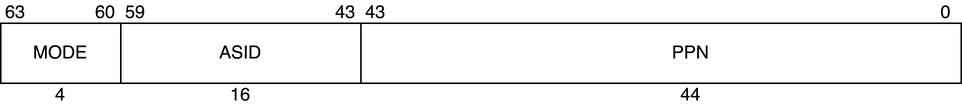
Earlier version of the draw.io export basic/images/24-impl-paging/satp.png (nananapo/veryl-riscv-book). Source tidied: cells renumbered, new cells last; positions are measured from the earlier drawing's top-left corner, leaving out a move shared by most shapes. Source of this version:
```xml
<mxGraphModel>
  <root>
    <mxCell id="0" />
    <mxCell id="1" parent="0" />
    <mxCell id="2" style="rounded=0;whiteSpace=wrap;html=1;" parent="1" vertex="1">
      <mxGeometry y="15" width="640" height="40" as="geometry" />
    </mxCell>
    <mxCell id="3" value="0" style="text;html=1;align=center;verticalAlign=middle;whiteSpace=wrap;rounded=0;" parent="1" vertex="1">
      <mxGeometry x="620" width="20" height="15" as="geometry" />
    </mxCell>
    <mxCell id="4" value="63" style="text;html=1;align=center;verticalAlign=middle;whiteSpace=wrap;rounded=0;" parent="1" vertex="1">
      <mxGeometry width="20" height="15" as="geometry" />
    </mxCell>
    <mxCell id="5" value="4" style="text;html=1;align=center;verticalAlign=middle;whiteSpace=wrap;rounded=0;" parent="1" vertex="1">
      <mxGeometry x="30" y="55" width="20" height="15" as="geometry" />
    </mxCell>
    <mxCell id="6" style="endArrow=none;html=1;rounded=0;" parent="1" edge="1">
      <mxGeometry relative="1" as="geometry">
        <mxPoint x="240" y="55" as="sourcePoint" />
        <mxPoint x="240" y="15" as="targetPoint" />
      </mxGeometry>
    </mxCell>
    <mxCell id="7" value="43" style="text;html=1;align=center;verticalAlign=middle;whiteSpace=wrap;rounded=0;" parent="1" vertex="1">
      <mxGeometry x="240" width="20" height="15" as="geometry" />
    </mxCell>
    <mxCell id="8" value="60" style="text;html=1;align=center;verticalAlign=middle;whiteSpace=wrap;rounded=0;" parent="1" vertex="1">
      <mxGeometry x="60" width="20" height="15" as="geometry" />
    </mxCell>
    <mxCell id="9" value="PPN" style="text;html=1;align=center;verticalAlign=middle;whiteSpace=wrap;rounded=0;" parent="1" vertex="1">
      <mxGeometry x="450" y="27.5" width="20" height="15" as="geometry" />
    </mxCell>
    <mxCell id="10" style="endArrow=none;html=1;rounded=0;" parent="1" edge="1">
      <mxGeometry relative="1" as="geometry">
        <mxPoint x="80" y="55" as="sourcePoint" />
        <mxPoint x="80" y="15" as="targetPoint" />
      </mxGeometry>
    </mxCell>
    <mxCell id="11" value="ASID" style="text;html=1;align=center;verticalAlign=middle;whiteSpace=wrap;rounded=0;" parent="1" vertex="1">
      <mxGeometry x="150" y="27.5" width="20" height="15" as="geometry" />
    </mxCell>
    <mxCell id="12" value="MODE" style="text;html=1;align=center;verticalAlign=middle;whiteSpace=wrap;rounded=0;" parent="1" vertex="1">
      <mxGeometry x="30" y="27.5" width="20" height="15" as="geometry" />
    </mxCell>
    <mxCell id="13" value="44" style="text;html=1;align=center;verticalAlign=middle;whiteSpace=wrap;rounded=0;" parent="1" vertex="1">
      <mxGeometry x="450" y="55" width="20" height="15" as="geometry" />
    </mxCell>
    <mxCell id="14" value="16" style="text;html=1;align=center;verticalAlign=middle;whiteSpace=wrap;rounded=0;" parent="1" vertex="1">
      <mxGeometry x="150" y="55" width="20" height="15" as="geometry" />
    </mxCell>
    <mxCell id="15" value="59" style="text;html=1;align=center;verticalAlign=middle;whiteSpace=wrap;rounded=0;" parent="1" vertex="1">
      <mxGeometry x="80" width="20" height="15" as="geometry" />
    </mxCell>
    <mxCell id="16" value="43" style="text;html=1;align=center;verticalAlign=middle;whiteSpace=wrap;rounded=0;" parent="1" vertex="1">
      <mxGeometry x="220" width="20" height="15" as="geometry" />
    </mxCell>
  </root>
</mxGraphModel>
```
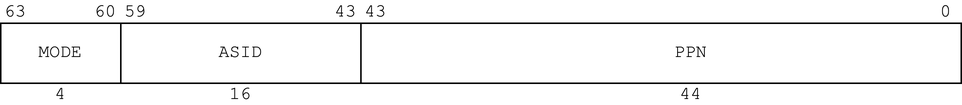
The same file after the commit.

Diff of the diagram source:
```diff
@@ -2,55 +2,55 @@
   <root>
     <mxCell id="0" />
     <mxCell id="1" parent="0" />
-    <mxCell id="2" style="rounded=0;whiteSpace=wrap;html=1;" parent="1" vertex="1">
+    <mxCell id="2" style="rounded=0;whiteSpace=wrap;html=1;fontFamily=Courier New;" parent="1" vertex="1">
       <mxGeometry y="15" width="640" height="40" as="geometry" />
     </mxCell>
-    <mxCell id="3" value="0" style="text;html=1;align=center;verticalAlign=middle;whiteSpace=wrap;rounded=0;" parent="1" vertex="1">
+    <mxCell id="3" value="0" style="text;html=1;align=center;verticalAlign=middle;whiteSpace=wrap;rounded=0;fontFamily=Courier New;" parent="1" vertex="1">
       <mxGeometry x="620" width="20" height="15" as="geometry" />
     </mxCell>
-    <mxCell id="4" value="63" style="text;html=1;align=center;verticalAlign=middle;whiteSpace=wrap;rounded=0;" parent="1" vertex="1">
+    <mxCell id="4" value="63" style="text;html=1;align=center;verticalAlign=middle;whiteSpace=wrap;rounded=0;fontFamily=Courier New;" parent="1" vertex="1">
       <mxGeometry width="20" height="15" as="geometry" />
     </mxCell>
-    <mxCell id="5" value="4" style="text;html=1;align=center;verticalAlign=middle;whiteSpace=wrap;rounded=0;" parent="1" vertex="1">
+    <mxCell id="5" value="4" style="text;html=1;align=center;verticalAlign=middle;whiteSpace=wrap;rounded=0;fontFamily=Courier New;" parent="1" vertex="1">
       <mxGeometry x="30" y="55" width="20" height="15" as="geometry" />
     </mxCell>
-    <mxCell id="6" style="endArrow=none;html=1;rounded=0;" parent="1" edge="1">
+    <mxCell id="6" style="endArrow=none;html=1;rounded=0;fontFamily=Courier New;" parent="1" edge="1">
       <mxGeometry relative="1" as="geometry">
         <mxPoint x="240" y="55" as="sourcePoint" />
         <mxPoint x="240" y="15" as="targetPoint" />
       </mxGeometry>
     </mxCell>
-    <mxCell id="7" value="43" style="text;html=1;align=center;verticalAlign=middle;whiteSpace=wrap;rounded=0;" parent="1" vertex="1">
+    <mxCell id="7" value="43" style="text;html=1;align=center;verticalAlign=middle;whiteSpace=wrap;rounded=0;fontFamily=Courier New;" parent="1" vertex="1">
       <mxGeometry x="240" width="20" height="15" as="geometry" />
     </mxCell>
-    <mxCell id="8" value="60" style="text;html=1;align=center;verticalAlign=middle;whiteSpace=wrap;rounded=0;" parent="1" vertex="1">
+    <mxCell id="8" value="60" style="text;html=1;align=center;verticalAlign=middle;whiteSpace=wrap;rounded=0;fontFamily=Courier New;" parent="1" vertex="1">
       <mxGeometry x="60" width="20" height="15" as="geometry" />
     </mxCell>
-    <mxCell id="9" value="PPN" style="text;html=1;align=center;verticalAlign=middle;whiteSpace=wrap;rounded=0;" parent="1" vertex="1">
+    <mxCell id="9" value="PPN" style="text;html=1;align=center;verticalAlign=middle;whiteSpace=wrap;rounded=0;fontFamily=Courier New;" parent="1" vertex="1">
       <mxGeometry x="450" y="27.5" width="20" height="15" as="geometry" />
     </mxCell>
-    <mxCell id="10" style="endArrow=none;html=1;rounded=0;" parent="1" edge="1">
+    <mxCell id="10" style="endArrow=none;html=1;rounded=0;fontFamily=Courier New;" parent="1" edge="1">
       <mxGeometry relative="1" as="geometry">
         <mxPoint x="80" y="55" as="sourcePoint" />
         <mxPoint x="80" y="15" as="targetPoint" />
       </mxGeometry>
     </mxCell>
-    <mxCell id="11" value="ASID" style="text;html=1;align=center;verticalAlign=middle;whiteSpace=wrap;rounded=0;" parent="1" vertex="1">
+    <mxCell id="11" value="ASID" style="text;html=1;align=center;verticalAlign=middle;whiteSpace=wrap;rounded=0;fontFamily=Courier New;" parent="1" vertex="1">
       <mxGeometry x="150" y="27.5" width="20" height="15" as="geometry" />
     </mxCell>
-    <mxCell id="12" value="MODE" style="text;html=1;align=center;verticalAlign=middle;whiteSpace=wrap;rounded=0;" parent="1" vertex="1">
+    <mxCell id="12" value="MODE" style="text;html=1;align=center;verticalAlign=middle;whiteSpace=wrap;rounded=0;fontFamily=Courier New;" parent="1" vertex="1">
       <mxGeometry x="30" y="27.5" width="20" height="15" as="geometry" />
     </mxCell>
-    <mxCell id="13" value="44" style="text;html=1;align=center;verticalAlign=middle;whiteSpace=wrap;rounded=0;" parent="1" vertex="1">
+    <mxCell id="13" value="44" style="text;html=1;align=center;verticalAlign=middle;whiteSpace=wrap;rounded=0;fontFamily=Courier New;" parent="1" vertex="1">
       <mxGeometry x="450" y="55" width="20" height="15" as="geometry" />
     </mxCell>
-    <mxCell id="14" value="16" style="text;html=1;align=center;verticalAlign=middle;whiteSpace=wrap;rounded=0;" parent="1" vertex="1">
+    <mxCell id="14" value="16" style="text;html=1;align=center;verticalAlign=middle;whiteSpace=wrap;rounded=0;fontFamily=Courier New;" parent="1" vertex="1">
       <mxGeometry x="150" y="55" width="20" height="15" as="geometry" />
     </mxCell>
-    <mxCell id="15" value="59" style="text;html=1;align=center;verticalAlign=middle;whiteSpace=wrap;rounded=0;" parent="1" vertex="1">
+    <mxCell id="15" value="59" style="text;html=1;align=center;verticalAlign=middle;whiteSpace=wrap;rounded=0;fontFamily=Courier New;" parent="1" vertex="1">
       <mxGeometry x="80" width="20" height="15" as="geometry" />
     </mxCell>
-    <mxCell id="16" value="43" style="text;html=1;align=center;verticalAlign=middle;whiteSpace=wrap;rounded=0;" parent="1" vertex="1">
+    <mxCell id="16" value="43" style="text;html=1;align=center;verticalAlign=middle;whiteSpace=wrap;rounded=0;fontFamily=Courier New;" parent="1" vertex="1">
       <mxGeometry x="220" width="20" height="15" as="geometry" />
     </mxCell>
   </root>
```
